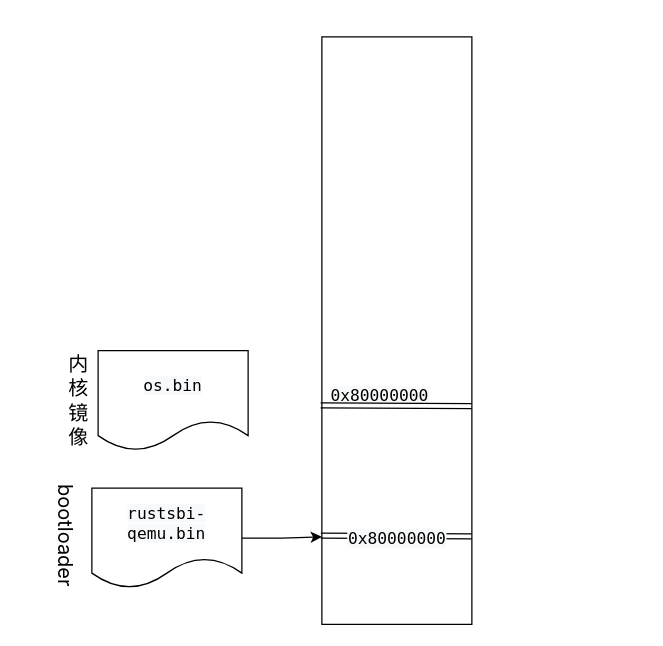
The draw.io diagram qemu启动流程.drawio in huangg2018/batchos, before the edit. Source tidied: cells renumbered, new cells numbered last; positions are measured from the earlier drawing's top-left corner, leaving out a move shared by most shapes. Both pictures are drawn from the tidied source at 125%, with x=0, y=0 at pixel (-4, 36).
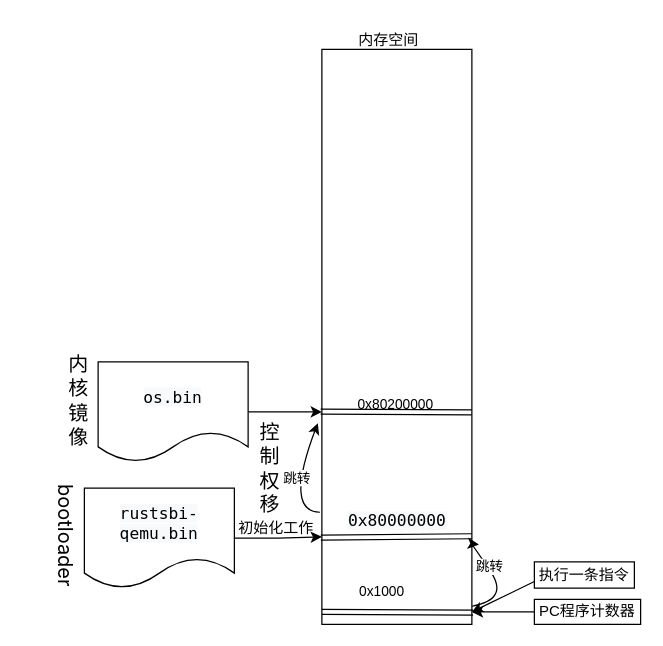
Above is the later version.

Commit message:
更新qemu启动流程.drawio

The change refers to these unchanged cells:
```xml
<mxCell id="5" style="shape=link;html=1;rounded=0;exitX=-0.007;exitY=0.849;exitDx=0;exitDy=0;exitPerimeter=0;" parent="1" edge="1" source="2">
  <mxGeometry relative="1" as="geometry">
    <mxPoint x="380" y="399.5" as="targetPoint" />
  </mxGeometry>
</mxCell>
```

Change to the diagram source:
```diff
@@
     <mxCell id="2" style="rounded=0;whiteSpace=wrap;html=1;" parent="1" vertex="1">
-      <mxGeometry x="260" width="120" height="470" as="geometry" />
+      <mxGeometry x="260" y="10" width="120" height="460" as="geometry" />
     </mxCell>
@@
     <mxCell id="4" value="&lt;span style=&quot;font-family: SFMono-Regular, Menlo, Consolas, Monaco, &amp;quot;Liberation Mono&amp;quot;, &amp;quot;Lucida Console&amp;quot;, monospace; font-size: 13px; text-align: start; background-color: rgb(248, 249, 251);&quot;&gt;rustsbi-qemu.bin&lt;/span&gt;" style="shape=document;whiteSpace=wrap;html=1;boundedLbl=1;" parent="1" vertex="1">
-      <mxGeometry x="76" y="361" width="120" height="80" as="geometry" />
+      <mxGeometry x="70" y="361" width="120" height="80" as="geometry" />
     </mxCell>
@@
-    <mxCell id="6" value="&lt;span style=&quot;font-family: SFMono-Regular, Menlo, Consolas, Monaco, &amp;quot;Liberation Mono&amp;quot;, &amp;quot;Lucida Console&amp;quot;, monospace; font-size: 13px; text-align: start; text-wrap: wrap; background-color: rgb(248, 249, 251);&quot;&gt;0x80000000&lt;/span&gt;" style="edgeLabel;html=1;align=center;verticalAlign=middle;" parent="5" vertex="1">
+    <mxCell id="6" value="&lt;code style=&quot;font-family: var(--font-stack--monospace); font-size: var(--font-size--small--2); background: var(--color-inline-code-background); border-radius: 0.2em; padding: 0.1em 0.2em; border: 1px solid var(--color-background-border); text-align: start; text-wrap: wrap;&quot; class=&quot;docutils literal notranslate&quot;&gt;&lt;span class=&quot;pre&quot;&gt;0x80200000&lt;/span&gt;&lt;/code&gt;&lt;span style=&quot;font-family: -apple-system, BlinkMacSystemFont, &amp;quot;Segoe UI&amp;quot;, Helvetica, Arial, sans-serif, &amp;quot;Apple Color Emoji&amp;quot;, &amp;quot;Segoe UI Emoji&amp;quot;; font-size: medium; text-align: start; text-wrap: wrap;&quot;&gt;&amp;nbsp;&lt;/span&gt;" style="edgeLabel;html=1;align=center;verticalAlign=middle;" parent="5" vertex="1">
       <mxGeometry x="0.3" relative="1" as="geometry">
-        <mxPoint x="-33" y="-113" as="offset" />
+        <mxPoint x="-18" y="-108" as="offset" />
       </mxGeometry>
     </mxCell>
@@
+    <mxCell id="13" style="edgeStyle=orthogonalEdgeStyle;rounded=0;jettySize=auto;html=1;exitX=1;exitY=0.5;exitDx=0;exitDy=0;" parent="1" edge="1" source="8">
+      <mxGeometry relative="1" as="geometry">
+        <mxPoint x="260" y="300" as="targetPoint" />
+      </mxGeometry>
+    </mxCell>
     <mxCell id="8" value="&lt;span style=&quot;font-family: SFMono-Regular, Menlo, Consolas, Monaco, &amp;quot;Liberation Mono&amp;quot;, &amp;quot;Lucida Console&amp;quot;, monospace; font-size: 13px; text-align: start; background-color: rgb(248, 249, 251);&quot;&gt;os.bin&lt;/span&gt;" style="shape=document;whiteSpace=wrap;html=1;boundedLbl=1;" parent="1" vertex="1">
-      <mxGeometry x="81" y="251" width="120" height="80" as="geometry" />
+      <mxGeometry x="81" y="260" width="120" height="80" as="geometry" />
     </mxCell>
@@
     <mxCell id="11" style="shape=link;html=1;rounded=0;exitX=-0.007;exitY=0.849;exitDx=0;exitDy=0;exitPerimeter=0;" parent="1" edge="1">
       <mxGeometry relative="1" as="geometry">
-        <mxPoint x="259" y="294.8" as="sourcePoint" />
-        <mxPoint x="380" y="295.3" as="targetPoint" />
+        <mxPoint x="259" y="299.8" as="sourcePoint" />
+        <mxPoint x="380" y="300.3" as="targetPoint" />
       </mxGeometry>
     </mxCell>
     <mxCell id="12" value="&lt;span style=&quot;font-family: SFMono-Regular, Menlo, Consolas, Monaco, &amp;quot;Liberation Mono&amp;quot;, &amp;quot;Lucida Console&amp;quot;, monospace; font-size: 13px; text-align: start; text-wrap: wrap; background-color: rgb(248, 249, 251);&quot;&gt;0x80000000&lt;/span&gt;" style="edgeLabel;html=1;align=center;verticalAlign=middle;" parent="11" vertex="1">
       <mxGeometry x="0.3" relative="1" as="geometry">
-        <mxPoint x="-18" y="105" as="offset" />
+        <mxPoint x="-18" y="86" as="offset" />
       </mxGeometry>
     </mxCell>
+    <mxCell id="14" style="shape=link;html=1;rounded=0;exitX=-0.007;exitY=0.849;exitDx=0;exitDy=0;exitPerimeter=0;" parent="1" edge="1">
+      <mxGeometry relative="1" as="geometry">
+        <mxPoint x="260" y="460" as="sourcePoint" />
+        <mxPoint x="381" y="460.5" as="targetPoint" />
+      </mxGeometry>
+    </mxCell>
+    <mxCell id="15" value="&lt;code style=&quot;font-family: var(--font-stack--monospace); font-size: var(--font-size--small--2); background: var(--color-inline-code-background); border-radius: 0.2em; padding: 0.1em 0.2em; border: 1px solid var(--color-background-border); text-align: left; text-wrap: wrap;&quot; class=&quot;docutils literal notranslate&quot;&gt;&lt;span class=&quot;pre&quot;&gt;0x1000&lt;/span&gt;&lt;/code&gt;&lt;span style=&quot;font-family: -apple-system, BlinkMacSystemFont, &amp;quot;Segoe UI&amp;quot;, Helvetica, Arial, sans-serif, &amp;quot;Apple Color Emoji&amp;quot;, &amp;quot;Segoe UI Emoji&amp;quot;; font-size: medium; text-align: left; text-wrap: wrap;&quot;&gt;&amp;nbsp;&lt;/span&gt;" style="edgeLabel;html=1;align=center;verticalAlign=middle;" parent="14" vertex="1">
+      <mxGeometry x="0.3" relative="1" as="geometry">
+        <mxPoint x="-29" y="-19" as="offset" />
+      </mxGeometry>
+    </mxCell>
+    <mxCell id="16" value="PC程序计数器" style="rounded=0;whiteSpace=wrap;html=1;" parent="1" vertex="1">
+      <mxGeometry x="430" y="450" width="85" height="20" as="geometry" />
+    </mxCell>
+    <mxCell id="17" style="endArrow=classic;html=1;rounded=0;exitX=0;exitY=0.5;exitDx=0;exitDy=0;" parent="1" edge="1" source="16">
+      <mxGeometry relative="1" as="geometry">
+        <mxPoint x="380" y="460" as="targetPoint" />
+      </mxGeometry>
+    </mxCell>
+    <mxCell id="18" value="执行一条指令" style="rounded=0;whiteSpace=wrap;html=1;" parent="1" vertex="1">
+      <mxGeometry x="430" y="420" width="80" height="21" as="geometry" />
+    </mxCell>
+    <mxCell id="19" style="endArrow=classic;html=1;rounded=0;exitX=0;exitY=0.75;exitDx=0;exitDy=0;" parent="1" edge="1" source="18">
+      <mxGeometry relative="1" as="geometry">
+        <mxPoint x="380" y="460" as="targetPoint" />
+      </mxGeometry>
+    </mxCell>
+    <mxCell id="20" style="curved=1;endArrow=classic;html=1;rounded=0;entryX=1.047;entryY=0.861;entryDx=0;entryDy=0;entryPerimeter=0;" parent="1" edge="1" target="2">
+      <mxGeometry relative="1" as="geometry">
+        <mxPoint x="380" y="455.5" as="sourcePoint" />
+        <Array as="points">
+          <mxPoint x="410" y="450" />
+          <mxPoint x="380" y="405.5" />
+        </Array>
+      </mxGeometry>
+    </mxCell>
+    <mxCell id="21" value="跳转" style="edgeLabel;html=1;align=center;verticalAlign=middle;" parent="20" vertex="1">
+      <mxGeometry x="0.39" y="-1" relative="1" as="geometry" />
+    </mxCell>
+    <mxCell id="22" value="初始化工作" style="text;html=1;align=center;verticalAlign=middle;strokeColor=none;fillColor=none;" parent="1" vertex="1">
+      <mxGeometry x="183" y="378" width="80" height="30" as="geometry" />
+    </mxCell>
+    <mxCell id="23" style="curved=1;endArrow=classic;html=1;rounded=0;entryX=-0.027;entryY=0.65;entryDx=0;entryDy=0;entryPerimeter=0;exitX=-0.013;exitY=0.805;exitDx=0;exitDy=0;exitPerimeter=0;" parent="1" edge="1" source="2" target="2">
+      <mxGeometry relative="1" as="geometry">
+        <Array as="points">
+          <mxPoint x="230" y="380" />
+        </Array>
+      </mxGeometry>
+    </mxCell>
+    <mxCell id="24" value="跳转" style="edgeLabel;html=1;align=center;verticalAlign=middle;" parent="23" vertex="1">
+      <mxGeometry x="0.1" y="1" relative="1" as="geometry" />
+    </mxCell>
+    <mxCell id="25" value="&lt;span style=&quot;font-family: -apple-system, BlinkMacSystemFont, &amp;quot;Segoe UI&amp;quot;, Helvetica, Arial, sans-serif, &amp;quot;Apple Color Emoji&amp;quot;, &amp;quot;Segoe UI Emoji&amp;quot;; font-size: medium; text-align: left; text-wrap: wrap;&quot;&gt;控制权移&lt;/span&gt;" style="edgeLabel;html=1;align=center;verticalAlign=middle;" parent="23" vertex="1">
+      <mxGeometry x="0.11" y="5" relative="1" as="geometry">
+        <mxPoint x="-18" y="-6" as="offset" />
+      </mxGeometry>
+    </mxCell>
+    <mxCell id="26" value="内存空间" style="text;html=1;align=center;verticalAlign=middle;strokeColor=none;fillColor=none;" parent="1" vertex="1">
+      <mxGeometry x="278" y="-12" width="70" height="30" as="geometry" />
+    </mxCell>
```
